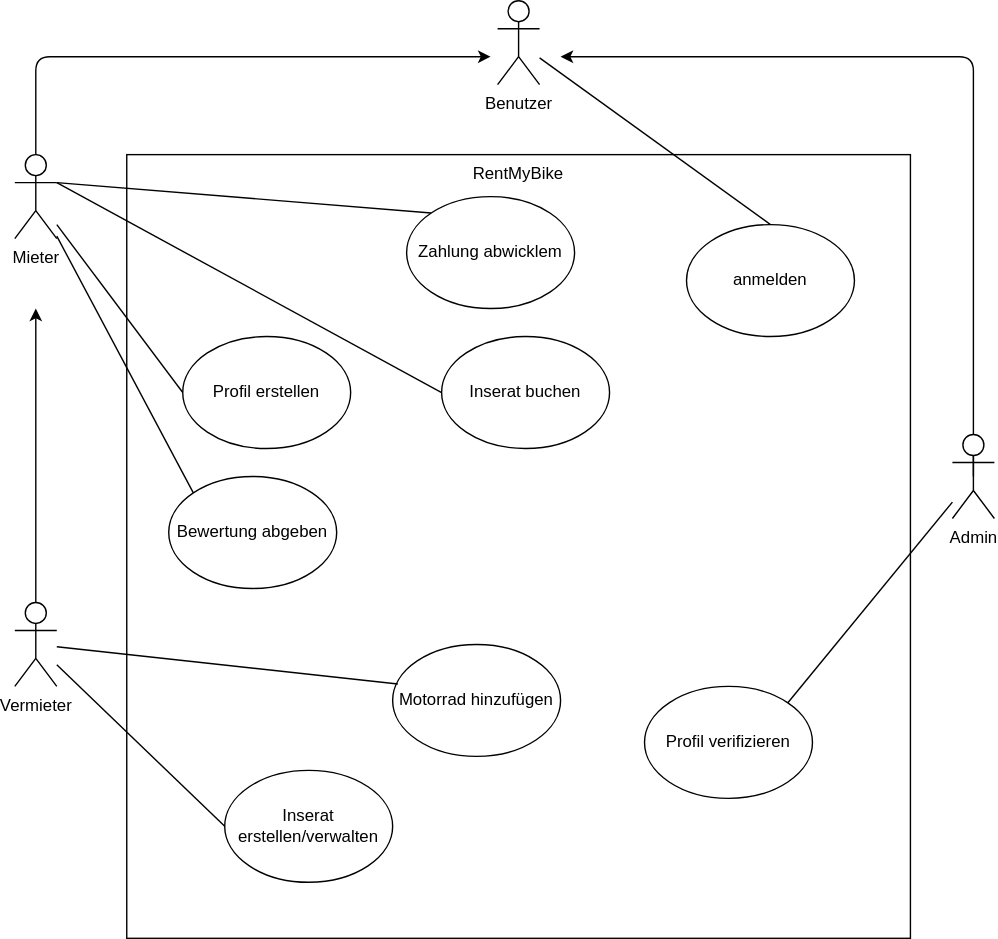
Earlier version of the draw.io export boards/createboard/figures/uc-diagram.drawio.svg (caccaluc/RentMyBike). Source tidied: cells renumbered, new cells last; positions are measured from the earlier drawing's top-left corner, leaving out a move shared by most shapes.
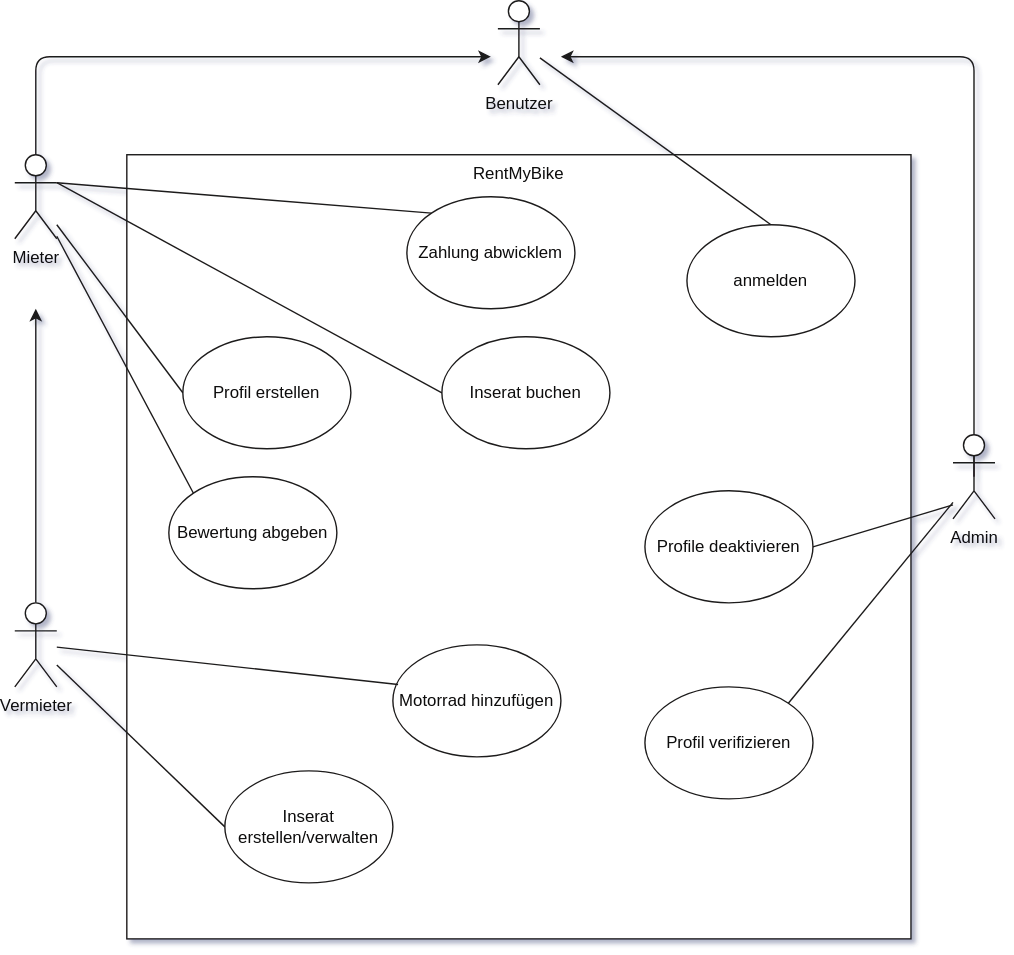
The same diagram one commit later.

Diff of the diagram source:
```diff
@@ -1,23 +1,23 @@
-<mxGraphModel>
+<mxGraphModel background="#ffffff" shadow="1">
   <root>
     <mxCell id="0" />
     <mxCell id="1" parent="0" />
-    <mxCell id="2" value="RentMyBike" style="whiteSpace=wrap;html=1;verticalAlign=top;" parent="1" vertex="1">
+    <mxCell id="2" value="RentMyBike" style="whiteSpace=wrap;html=1;verticalAlign=top;fillColor=#FFFFFF;strokeColor=#1d1b1b;fontColor=#0d0c0c;" parent="1" vertex="1">
       <mxGeometry x="80" y="110" width="560" height="560" as="geometry" />
     </mxCell>
-    <mxCell id="3" value="Inserat erstellen/verwalten&amp;nbsp;" style="ellipse;whiteSpace=wrap;html=1;" parent="1" vertex="1">
+    <mxCell id="3" value="Inserat erstellen/verwalten&amp;nbsp;" style="ellipse;whiteSpace=wrap;html=1;fillColor=#FFFFFF;strokeColor=#1d1b1b;fontColor=#0d0c0c;" parent="1" vertex="1">
       <mxGeometry x="150" y="550" width="120" height="80" as="geometry" />
     </mxCell>
-    <mxCell id="4" value="Profil verifizieren" style="ellipse;whiteSpace=wrap;html=1;" parent="1" vertex="1">
+    <mxCell id="4" value="Profil verifizieren" style="ellipse;whiteSpace=wrap;html=1;fillColor=#FFFFFF;strokeColor=#1d1b1b;fontColor=#0d0c0c;" parent="1" vertex="1">
       <mxGeometry x="450" y="490" width="120" height="80" as="geometry" />
     </mxCell>
-    <mxCell id="5" value="Profil erstellen" style="ellipse;whiteSpace=wrap;html=1;" parent="1" vertex="1">
+    <mxCell id="5" value="Profil erstellen" style="ellipse;whiteSpace=wrap;html=1;fillColor=#FFFFFF;strokeColor=#1d1b1b;fontColor=#0d0c0c;" parent="1" vertex="1">
       <mxGeometry x="120" y="240" width="120" height="80" as="geometry" />
     </mxCell>
-    <mxCell id="6" value="Bewertung abgeben" style="ellipse;whiteSpace=wrap;html=1;" parent="1" vertex="1">
+    <mxCell id="6" value="Bewertung abgeben" style="ellipse;whiteSpace=wrap;html=1;fillColor=#FFFFFF;strokeColor=#1d1b1b;fontColor=#0d0c0c;" parent="1" vertex="1">
       <mxGeometry x="110" y="340" width="120" height="80" as="geometry" />
     </mxCell>
-    <mxCell id="7" style="edgeStyle=none;html=1;" parent="1" edge="1" source="8">
+    <mxCell id="7" style="edgeStyle=none;html=1;strokeColor=#1d1b1b;fontColor=#0d0c0c;" parent="1" edge="1" source="8">
       <mxGeometry relative="1" as="geometry">
         <mxPoint x="340" y="40" as="targetPoint" />
         <Array as="points">
@@ -25,18 +25,18 @@
         </Array>
       </mxGeometry>
     </mxCell>
-    <mxCell id="8" value="Mieter" style="shape=umlActor;verticalLabelPosition=bottom;verticalAlign=top;html=1;outlineConnect=0;" parent="1" vertex="1">
+    <mxCell id="8" value="Mieter" style="shape=umlActor;verticalLabelPosition=bottom;verticalAlign=top;html=1;outlineConnect=0;strokeColor=#1d1b1b;fontColor=#0d0c0c;" parent="1" vertex="1">
       <mxGeometry y="110" width="30" height="60" as="geometry" />
     </mxCell>
-    <mxCell id="9" style="edgeStyle=none;html=1;" parent="1" edge="1" source="10">
+    <mxCell id="9" style="edgeStyle=none;html=1;strokeColor=#1d1b1b;fontColor=#0d0c0c;" parent="1" edge="1" source="10">
       <mxGeometry relative="1" as="geometry">
         <mxPoint x="15" y="220" as="targetPoint" />
       </mxGeometry>
     </mxCell>
-    <mxCell id="10" value="Vermieter" style="shape=umlActor;verticalLabelPosition=bottom;verticalAlign=top;html=1;outlineConnect=0;" parent="1" vertex="1">
+    <mxCell id="10" value="Vermieter" style="shape=umlActor;verticalLabelPosition=bottom;verticalAlign=top;html=1;outlineConnect=0;strokeColor=#1d1b1b;fontColor=#0d0c0c;" parent="1" vertex="1">
       <mxGeometry y="430" width="30" height="60" as="geometry" />
     </mxCell>
-    <mxCell id="11" style="edgeStyle=none;html=1;exitX=0.5;exitY=0.5;exitDx=0;exitDy=0;exitPerimeter=0;" parent="1" edge="1" source="12">
+    <mxCell id="11" style="edgeStyle=none;html=1;exitX=0.5;exitY=0.5;exitDx=0;exitDy=0;exitPerimeter=0;strokeColor=#1d1b1b;fontColor=#0d0c0c;" parent="1" edge="1" source="12">
       <mxGeometry relative="1" as="geometry">
         <mxPoint x="390" y="40" as="targetPoint" />
         <Array as="points">
@@ -44,47 +44,55 @@
         </Array>
       </mxGeometry>
     </mxCell>
-    <mxCell id="12" value="Admin" style="shape=umlActor;verticalLabelPosition=bottom;verticalAlign=top;html=1;outlineConnect=0;" parent="1" vertex="1">
+    <mxCell id="12" value="Admin" style="shape=umlActor;verticalLabelPosition=bottom;verticalAlign=top;html=1;outlineConnect=0;strokeColor=#1d1b1b;fontColor=#0d0c0c;" parent="1" vertex="1">
       <mxGeometry x="670" y="310" width="30" height="60" as="geometry" />
     </mxCell>
-    <mxCell id="13" value="Inserat buchen" style="ellipse;whiteSpace=wrap;html=1;" parent="1" vertex="1">
+    <mxCell id="13" value="Inserat buchen" style="ellipse;whiteSpace=wrap;html=1;fillColor=#FFFFFF;strokeColor=#1d1b1b;fontColor=#0d0c0c;" parent="1" vertex="1">
       <mxGeometry x="305" y="240" width="120" height="80" as="geometry" />
     </mxCell>
-    <mxCell id="14" style="endArrow=none;html=1;entryX=0;entryY=0.5;entryDx=0;entryDy=0;" parent="1" edge="1" source="10" target="3">
+    <mxCell id="14" style="endArrow=none;html=1;entryX=0;entryY=0.5;entryDx=0;entryDy=0;strokeColor=#1d1b1b;fontColor=#0d0c0c;" parent="1" edge="1" source="10" target="3">
       <mxGeometry relative="1" as="geometry" />
     </mxCell>
-    <mxCell id="15" style="endArrow=none;html=1;entryX=0;entryY=0.5;entryDx=0;entryDy=0;" parent="1" edge="1" source="8" target="5">
+    <mxCell id="15" style="endArrow=none;html=1;entryX=0;entryY=0.5;entryDx=0;entryDy=0;strokeColor=#1d1b1b;fontColor=#0d0c0c;" parent="1" edge="1" source="8" target="5">
       <mxGeometry relative="1" as="geometry" />
     </mxCell>
-    <mxCell id="16" style="endArrow=none;html=1;entryX=0;entryY=0;entryDx=0;entryDy=0;" parent="1" edge="1" source="8" target="6">
+    <mxCell id="16" style="endArrow=none;html=1;entryX=0;entryY=0;entryDx=0;entryDy=0;strokeColor=#1d1b1b;fontColor=#0d0c0c;" parent="1" edge="1" source="8" target="6">
       <mxGeometry relative="1" as="geometry" />
     </mxCell>
-    <mxCell id="17" style="endArrow=none;html=1;exitX=1;exitY=0.3333333333333333;exitDx=0;exitDy=0;exitPerimeter=0;entryX=0;entryY=0.5;entryDx=0;entryDy=0;" parent="1" edge="1" source="8" target="13">
+    <mxCell id="17" style="endArrow=none;html=1;exitX=1;exitY=0.3333333333333333;exitDx=0;exitDy=0;exitPerimeter=0;entryX=0;entryY=0.5;entryDx=0;entryDy=0;strokeColor=#1d1b1b;fontColor=#0d0c0c;" parent="1" edge="1" source="8" target="13">
       <mxGeometry relative="1" as="geometry" />
     </mxCell>
-    <mxCell id="18" style="endArrow=none;html=1;exitX=1;exitY=0;exitDx=0;exitDy=0;" parent="1" edge="1" source="4" target="12">
+    <mxCell id="18" style="endArrow=none;html=1;exitX=1;exitY=0;exitDx=0;exitDy=0;strokeColor=#1d1b1b;fontColor=#0d0c0c;" parent="1" edge="1" source="4" target="12">
       <mxGeometry relative="1" as="geometry" />
     </mxCell>
-    <mxCell id="19" value="Zahlung abwicklem" style="ellipse;whiteSpace=wrap;html=1;" parent="1" vertex="1">
+    <mxCell id="19" value="Zahlung abwicklem" style="ellipse;whiteSpace=wrap;html=1;fillColor=#FFFFFF;strokeColor=#1d1b1b;fontColor=#0d0c0c;" parent="1" vertex="1">
       <mxGeometry x="280" y="140" width="120" height="80" as="geometry" />
     </mxCell>
-    <mxCell id="20" style="endArrow=none;html=1;entryX=0;entryY=0;entryDx=0;entryDy=0;exitX=1;exitY=0.3333333333333333;exitDx=0;exitDy=0;exitPerimeter=0;" parent="1" edge="1" source="8" target="19">
+    <mxCell id="20" style="endArrow=none;html=1;entryX=0;entryY=0;entryDx=0;entryDy=0;exitX=1;exitY=0.3333333333333333;exitDx=0;exitDy=0;exitPerimeter=0;strokeColor=#1d1b1b;fontColor=#0d0c0c;" parent="1" edge="1" source="8" target="19">
       <mxGeometry relative="1" as="geometry" />
     </mxCell>
-    <mxCell id="21" value="Motorrad hinzufügen" style="ellipse;whiteSpace=wrap;html=1;" parent="1" vertex="1">
+    <mxCell id="21" value="Motorrad hinzufügen" style="ellipse;whiteSpace=wrap;html=1;fillColor=#FFFFFF;strokeColor=#1d1b1b;fontColor=#0d0c0c;" parent="1" vertex="1">
       <mxGeometry x="270" y="460" width="120" height="80" as="geometry" />
     </mxCell>
-    <mxCell id="22" style="endArrow=none;html=1;exitX=0.031;exitY=0.354;exitDx=0;exitDy=0;exitPerimeter=0;" parent="1" edge="1" source="21" target="10">
+    <mxCell id="22" style="endArrow=none;html=1;exitX=0.031;exitY=0.354;exitDx=0;exitDy=0;exitPerimeter=0;strokeColor=#1d1b1b;fontColor=#0d0c0c;" parent="1" edge="1" source="21" target="10">
       <mxGeometry relative="1" as="geometry" />
     </mxCell>
-    <mxCell id="23" value="Benutzer" style="shape=umlActor;verticalLabelPosition=bottom;verticalAlign=top;html=1;outlineConnect=0;" parent="1" vertex="1">
+    <mxCell id="23" value="Benutzer" style="shape=umlActor;verticalLabelPosition=bottom;verticalAlign=top;html=1;outlineConnect=0;strokeColor=#1d1b1b;fontColor=#0d0c0c;" parent="1" vertex="1">
       <mxGeometry x="345" width="30" height="60" as="geometry" />
     </mxCell>
-    <mxCell id="24" value="anmelden" style="ellipse;whiteSpace=wrap;html=1;" parent="1" vertex="1">
+    <mxCell id="24" value="anmelden" style="ellipse;whiteSpace=wrap;html=1;fillColor=#FFFFFF;strokeColor=#1d1b1b;fontColor=#0d0c0c;" parent="1" vertex="1">
       <mxGeometry x="480" y="160" width="120" height="80" as="geometry" />
     </mxCell>
-    <mxCell id="25" style="endArrow=none;html=1;entryX=0.5;entryY=0;entryDx=0;entryDy=0;" parent="1" edge="1" source="23" target="24">
+    <mxCell id="25" style="endArrow=none;html=1;entryX=0.5;entryY=0;entryDx=0;entryDy=0;strokeColor=#1d1b1b;fontColor=#0d0c0c;" parent="1" edge="1" source="23" target="24">
       <mxGeometry relative="1" as="geometry" />
     </mxCell>
+    <mxCell id="26" value="Profile deaktivieren" style="ellipse;whiteSpace=wrap;html=1;fillColor=#FFFFFF;strokeColor=#1d1b1b;fontColor=#0d0c0c;" parent="1" vertex="1">
+      <mxGeometry x="450" y="350" width="120" height="80" as="geometry" />
+    </mxCell>
+    <mxCell id="27" style="endArrow=none;html=1;entryX=1;entryY=0.5;entryDx=0;entryDy=0;strokeColor=#1d1b1b;fontColor=#0d0c0c;" parent="1" edge="1" target="26">
+      <mxGeometry relative="1" as="geometry">
+        <mxPoint x="670" y="360" as="sourcePoint" />
+      </mxGeometry>
+    </mxCell>
   </root>
 </mxGraphModel>
```
